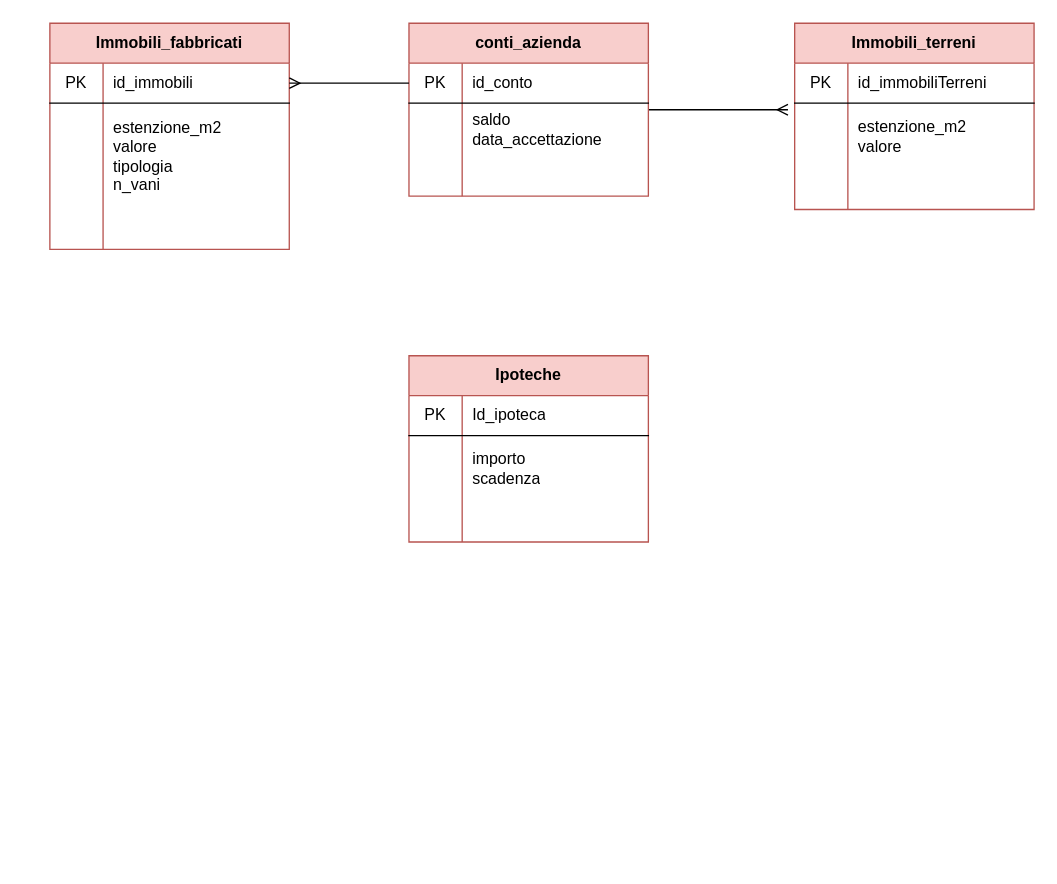
This is Untitled Diagram.drawio from giuliacangani02/StatoPatrimoniale, a draw.io file, before an edit. Source tidied: cells renumbered, new cells numbered last; positions are measured from the earlier drawing's top-left corner, leaving out a move shared by most shapes. Both pictures are drawn from the tidied source at 133%, with x=0, y=0 at pixel (49, 23).
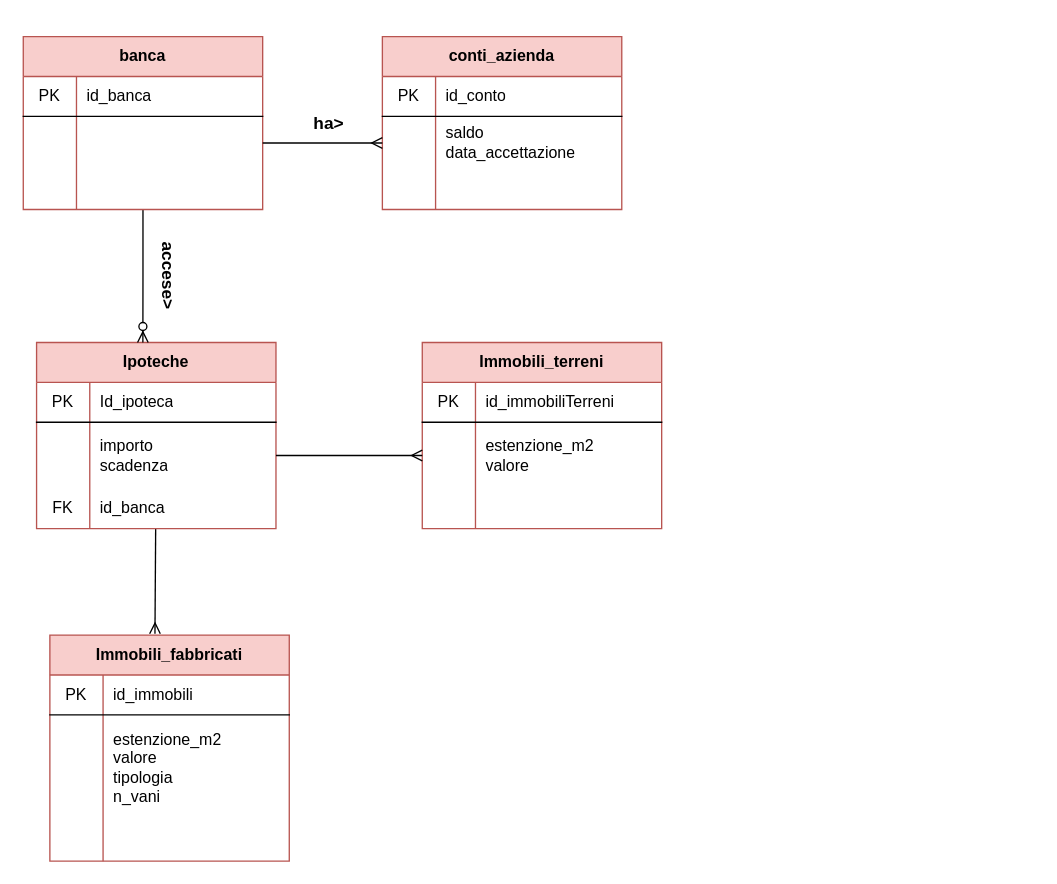
The same diagram, later.

The change refers to these unchanged cells:
```xml
<mxCell id="4" style="shape=partialRectangle;html=1;whiteSpace=wrap;fillColor=none;top=0;left=0;bottom=1;right=0;points=[[0,0.5],[1,0.5]];portConstraint=eastwest;" parent="3" vertex="1">
  <mxGeometry y="30" width="180" height="30" as="geometry" />
</mxCell>
<mxCell id="7" style="shape=partialRectangle;html=1;whiteSpace=wrap;fillColor=none;top=0;left=0;bottom=0;right=0;points=[[0,0.5],[1,0.5]];portConstraint=eastwest;" parent="3" vertex="1">
  <mxGeometry y="60" width="180" height="40" as="geometry" />
</mxCell>
<mxCell id="17" style="shape=partialRectangle;html=1;whiteSpace=wrap;fillColor=none;top=0;left=0;bottom=0;right=0;points=[[0,0.5],[1,0.5]];portConstraint=eastwest;" parent="13" vertex="1">
  <mxGeometry y="60" width="180" height="50" as="geometry" />
</mxCell>
<mxCell id="24" style="shape=partialRectangle;html=1;whiteSpace=wrap;fillColor=none;top=0;left=0;bottom=1;right=0;points=[[0,0.5],[1,0.5]];portConstraint=eastwest;" parent="23" vertex="1">
  <mxGeometry y="30" width="180" height="30" as="geometry" />
</mxCell>
<mxCell id="37" style="shape=partialRectangle;html=1;whiteSpace=wrap;fillColor=none;top=0;left=0;bottom=0;right=0;points=[[0,0.5],[1,0.5]];portConstraint=eastwest;" parent="33" vertex="1">
  <mxGeometry y="60" width="180" height="50" as="geometry" />
</mxCell>
<mxCell id="40" style="shape=partialRectangle;html=1;whiteSpace=wrap;fillColor=none;top=0;left=0;bottom=0;right=0;" parent="33" vertex="1">
  <mxGeometry y="110" width="180" height="30" as="geometry" />
</mxCell>
```

What changed in the source:
```diff
@@
-    <mxCell id="2" style="edgeStyle=orthogonalEdgeStyle;rounded=0;jettySize=auto;html=1;entryX=-0.028;entryY=0.1;entryDx=0;entryDy=0;entryPerimeter=0;endArrow=ERmany;endFill=0;" parent="1" edge="1" source="3" target="17">
-      <mxGeometry relative="1" as="geometry" />
-    </mxCell>
     <mxCell id="3" value="conti_azienda" style="shape=table;html=1;whiteSpace=wrap;startSize=30;childLayout=tableLayout;rowLines=0;fontStyle=1;align=center;fillColor=#f8cecc;strokeColor=#b85450;" parent="1" vertex="1">
-      <mxGeometry x="270" width="180" height="130" as="geometry" />
+      <mxGeometry x="250" y="10" width="180" height="130" as="geometry" />
     </mxCell>
@@
     <mxCell id="13" value="Immobili_terreni" style="shape=table;html=1;whiteSpace=wrap;startSize=30;childLayout=tableLayout;rowLines=0;fontStyle=1;align=center;fillColor=#f8cecc;strokeColor=#b85450;" parent="1" vertex="1">
-      <mxGeometry x="560" width="180" height="140" as="geometry" />
+      <mxGeometry x="280" y="240" width="180" height="140" as="geometry" />
     </mxCell>
@@
     <mxCell id="23" value="Immobili_fabbricati" style="shape=table;html=1;whiteSpace=wrap;startSize=30;childLayout=tableLayout;rowLines=0;fontStyle=1;align=center;fillColor=#f8cecc;strokeColor=#b85450;" parent="1" vertex="1">
-      <mxGeometry width="180" height="170" as="geometry" />
+      <mxGeometry y="460" width="180" height="170" as="geometry" />
     </mxCell>
@@
+    <mxCell id="44" style="rounded=0;jettySize=auto;html=1;endArrow=ERmany;endFill=0;entryX=0.439;entryY=-0.006;entryDx=0;entryDy=0;entryPerimeter=0;" parent="1" edge="1" source="33" target="23">
+      <mxGeometry relative="1" as="geometry" />
+    </mxCell>
     <mxCell id="33" value="Ipoteche" style="shape=table;html=1;whiteSpace=wrap;startSize=30;childLayout=tableLayout;rowLines=0;fontStyle=1;align=center;fillColor=#f8cecc;strokeColor=#b85450;" parent="1" vertex="1">
-      <mxGeometry x="270" y="250" width="180" height="140" as="geometry" />
+      <mxGeometry x="-10" y="240" width="180" height="140" as="geometry" />
     </mxCell>
@@
-    <mxCell id="41" style="shape=partialRectangle;html=1;whiteSpace=wrap;fillColor=none;top=0;left=0;bottom=0;right=0;overflow=hidden;" parent="40" vertex="1">
+    <mxCell id="41" value="FK" style="shape=partialRectangle;html=1;whiteSpace=wrap;fillColor=none;top=0;left=0;bottom=0;right=0;overflow=hidden;" parent="40" vertex="1">
       <mxGeometry width="40" height="30" as="geometry" />
     </mxCell>
-    <mxCell id="42" style="shape=partialRectangle;html=1;whiteSpace=wrap;fillColor=none;top=0;left=0;bottom=0;right=0;align=left;spacingLeft=6;overflow=hidden;" parent="40" vertex="1">
+    <mxCell id="42" value="id_banca" style="shape=partialRectangle;html=1;whiteSpace=wrap;fillColor=none;top=0;left=0;bottom=0;right=0;align=left;spacingLeft=6;overflow=hidden;" parent="40" vertex="1">
       <mxGeometry x="40" width="140" height="30" as="geometry" />
     </mxCell>
-    <mxCell id="43" style="edgeStyle=orthogonalEdgeStyle;rounded=0;jettySize=auto;html=1;entryX=1;entryY=0.5;entryDx=0;entryDy=0;endArrow=ERmany;endFill=0;" parent="1" edge="1" source="4" target="24">
-      <mxGeometry relative="1" as="geometry" />
-    </mxCell>
+    <mxCell id="45" style="edgeStyle=orthogonalEdgeStyle;rounded=0;jettySize=auto;html=1;entryX=0.444;entryY=0;entryDx=0;entryDy=0;entryPerimeter=0;endArrow=ERzeroToMany;endFill=1;" parent="1" edge="1" source="46" target="33">
+      <mxGeometry relative="1" as="geometry" />
+    </mxCell>
+    <mxCell id="46" value="banca" style="shape=table;html=1;whiteSpace=wrap;startSize=30;childLayout=tableLayout;rowLines=0;fontStyle=1;align=center;fillColor=#f8cecc;strokeColor=#b85450;" parent="1" vertex="1">
+      <mxGeometry x="-20" y="10" width="180" height="130" as="geometry" />
+    </mxCell>
+    <mxCell id="47" style="shape=partialRectangle;html=1;whiteSpace=wrap;fillColor=none;top=0;left=0;bottom=1;right=0;" parent="46" vertex="1">
+      <mxGeometry y="30" width="180" height="30" as="geometry" />
+    </mxCell>
+    <mxCell id="48" value="PK" style="shape=partialRectangle;html=1;whiteSpace=wrap;fillColor=none;top=0;left=0;bottom=0;right=0;overflow=hidden;" parent="47" vertex="1">
+      <mxGeometry width="40" height="30" as="geometry" />
+    </mxCell>
+    <mxCell id="49" value="id_banca" style="shape=partialRectangle;html=1;whiteSpace=wrap;fillColor=none;top=0;left=0;bottom=0;right=0;align=left;spacingLeft=6;overflow=hidden;" parent="47" vertex="1">
+      <mxGeometry x="40" width="140" height="30" as="geometry" />
+    </mxCell>
+    <mxCell id="50" style="shape=partialRectangle;html=1;whiteSpace=wrap;fillColor=none;top=0;left=0;bottom=0;right=0;points=[[0,0.5],[1,0.5]];portConstraint=eastwest;" parent="46" vertex="1">
+      <mxGeometry y="60" width="180" height="40" as="geometry" />
+    </mxCell>
+    <mxCell id="51" style="shape=partialRectangle;html=1;whiteSpace=wrap;fillColor=none;top=0;left=0;bottom=0;right=0;overflow=hidden;" parent="50" vertex="1">
+      <mxGeometry width="40" height="40" as="geometry" />
+    </mxCell>
+    <mxCell id="52" style="shape=partialRectangle;html=1;whiteSpace=wrap;fillColor=none;top=0;left=0;bottom=0;right=0;align=left;spacingLeft=6;overflow=hidden;" parent="50" vertex="1">
+      <mxGeometry x="40" width="140" height="40" as="geometry" />
+    </mxCell>
+    <mxCell id="53" style="shape=partialRectangle;html=1;whiteSpace=wrap;fillColor=none;top=0;left=0;bottom=0;right=0;" parent="46" vertex="1">
+      <mxGeometry y="100" width="180" height="30" as="geometry" />
+    </mxCell>
+    <mxCell id="54" style="shape=partialRectangle;html=1;whiteSpace=wrap;fillColor=none;top=0;left=0;bottom=0;right=0;overflow=hidden;" parent="53" vertex="1">
+      <mxGeometry width="40" height="30" as="geometry" />
+    </mxCell>
+    <mxCell id="55" style="shape=partialRectangle;html=1;whiteSpace=wrap;fillColor=none;top=0;left=0;bottom=0;right=0;align=left;spacingLeft=6;overflow=hidden;" parent="53" vertex="1">
+      <mxGeometry x="40" width="140" height="30" as="geometry" />
+    </mxCell>
+    <mxCell id="56" style="edgeStyle=orthogonalEdgeStyle;rounded=0;jettySize=auto;html=1;entryX=0;entryY=0.5;entryDx=0;entryDy=0;endArrow=ERmany;endFill=0;" parent="1" edge="1" source="50" target="7">
+      <mxGeometry relative="1" as="geometry" />
+    </mxCell>
+    <mxCell id="57" value="&lt;font style=&quot;font-size: 13px&quot;&gt;&lt;b&gt;ha&amp;gt;&lt;/b&gt;&lt;/font&gt;" style="text;html=1;strokeColor=none;fillColor=none;align=center;verticalAlign=middle;whiteSpace=wrap;rounded=0;" parent="1" vertex="1">
+      <mxGeometry x="190" y="65" width="40" height="20" as="geometry" />
+    </mxCell>
+    <mxCell id="58" value="&lt;font style=&quot;font-size: 13px&quot;&gt;&lt;b&gt;accese&amp;gt;&lt;/b&gt;&lt;/font&gt;" style="text;html=1;strokeColor=none;fillColor=none;align=center;verticalAlign=middle;whiteSpace=wrap;rounded=0;rotation=90;" parent="1" vertex="1">
+      <mxGeometry x="60" y="180" width="60" height="20" as="geometry" />
+    </mxCell>
+    <mxCell id="59" style="edgeStyle=orthogonalEdgeStyle;rounded=0;jettySize=auto;html=1;entryX=0;entryY=0.5;entryDx=0;entryDy=0;endArrow=ERmany;endFill=0;" parent="1" edge="1" source="37" target="17">
+      <mxGeometry relative="1" as="geometry" />
+    </mxCell>
```
